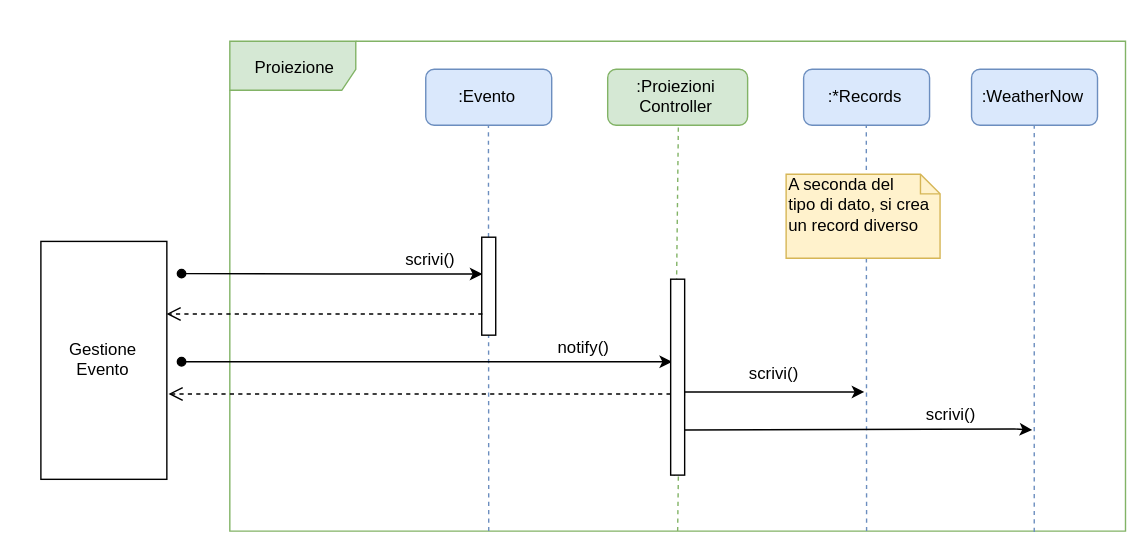
Leaaaf/weatherment.io keeps this draw.io diagram as resources/InteractionProiezione.svg. Above is the earlier version. Source tidied: cells renumbered, new cells last; positions are measured from the earlier drawing's top-left corner, leaving out a move shared by most shapes.
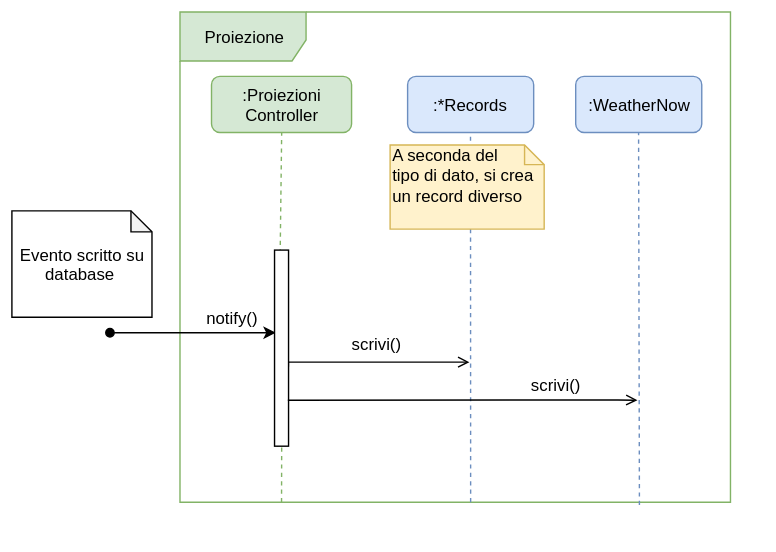
Above is the later version.

Diff of the diagram source:
```diff
@@ -3,97 +3,74 @@
     <mxCell id="0" />
     <mxCell id="1" parent="0" />
     <mxCell id="2" value="Proiezione" style="shape=umlFrame;whiteSpace=wrap;html=1;width=90;height=35;fillColor=#d5e8d4;strokeColor=#82b366;" parent="1" vertex="1">
-      <mxGeometry x="134.5" width="640" height="350" as="geometry" />
+      <mxGeometry x="103" y="-6" width="393" height="350" as="geometry" />
     </mxCell>
-    <mxCell id="3" style="endArrow=none;dashed=1;html=1;fillColor=#dae8fc;strokeColor=#6c8ebf;entryX=0.5;entryY=1;entryDx=0;entryDy=0;" parent="1" edge="1" target="6">
-      <mxGeometry relative="1" as="geometry">
-        <mxPoint x="319.5" y="350" as="sourcePoint" />
-      </mxGeometry>
-    </mxCell>
-    <mxCell id="4" style="edgeStyle=orthogonalEdgeStyle;rounded=0;jettySize=auto;html=1;entryX=0.057;entryY=0.376;entryDx=0;entryDy=0;entryPerimeter=0;startArrow=oval;startFill=1;" parent="1" edge="1" target="8">
-      <mxGeometry relative="1" as="geometry">
-        <mxPoint x="99.5" y="166" as="sourcePoint" />
-      </mxGeometry>
-    </mxCell>
-    <mxCell id="5" value="Gestione&lt;br&gt;Evento&lt;br&gt;" style="html=1;" parent="1" vertex="1">
-      <mxGeometry x="-0.5" y="143" width="90" height="170" as="geometry" />
-    </mxCell>
-    <mxCell id="6" value=":Evento" style="shape=ext;rounded=1;html=1;whiteSpace=wrap;fillColor=#dae8fc;strokeColor=#6c8ebf;" parent="1" vertex="1">
-      <mxGeometry x="274.5" y="20" width="90" height="40" as="geometry" />
-    </mxCell>
     <mxCell id="7" style="edgeStyle=orthogonalEdgeStyle;rounded=0;orthogonalLoop=1;jettySize=auto;html=1;startArrow=oval;startFill=1;" parent="1" edge="1">
       <mxGeometry relative="1" as="geometry">
-        <mxPoint x="99.5" y="229" as="sourcePoint" />
-        <mxPoint x="450.5" y="229" as="targetPoint" />
+        <mxPoint x="53" y="223" as="sourcePoint" />
+        <mxPoint x="171.5" y="223" as="targetPoint" />
       </mxGeometry>
     </mxCell>
-    <mxCell id="8" style="html=1;points=[];perimeter=orthogonalPerimeter;" parent="1" vertex="1">
-      <mxGeometry x="314.5" y="140" width="10" height="70" as="geometry" />
-    </mxCell>
-    <mxCell id="9" style="html=1;verticalAlign=bottom;endArrow=open;dashed=1;endSize=8;exitX=0.033;exitY=0.781;exitDx=0;exitDy=0;exitPerimeter=0;entryX=0.994;entryY=0.306;entryDx=0;entryDy=0;entryPerimeter=0;" parent="1" edge="1" source="8" target="5">
-      <mxGeometry relative="1" as="geometry" />
-    </mxCell>
     <mxCell id="10" value=":Proiezioni&lt;br&gt;Controller&lt;br&gt;" style="shape=ext;rounded=1;html=1;whiteSpace=wrap;fillColor=#d5e8d4;strokeColor=#82b366;" parent="1" vertex="1">
-      <mxGeometry x="404.5" y="20" width="100" height="40" as="geometry" />
+      <mxGeometry x="125.5" y="40" width="100" height="40" as="geometry" />
     </mxCell>
     <mxCell id="11" style="endArrow=none;dashed=1;html=1;exitX=0.239;exitY=1.003;exitDx=0;exitDy=0;exitPerimeter=0;fillColor=#d5e8d4;strokeColor=#82b366;entryX=0.5;entryY=1;entryDx=0;entryDy=0;" parent="1" edge="1" source="13" target="10">
       <mxGeometry relative="1" as="geometry" />
     </mxCell>
-    <mxCell id="12" style="edgeStyle=orthogonalEdgeStyle;rounded=0;jettySize=auto;html=1;exitX=1;exitY=0.593;exitDx=0;exitDy=0;exitPerimeter=0;" parent="1" edge="1" source="13">
+    <mxCell id="12" style="edgeStyle=orthogonalEdgeStyle;rounded=0;jettySize=auto;html=1;exitX=1;exitY=0.593;exitDx=0;exitDy=0;exitPerimeter=0;endArrow=open;endFill=0;" parent="1" edge="1" source="13">
       <mxGeometry relative="1" as="geometry">
-        <mxPoint x="588.5" y="250" as="targetPoint" />
+        <mxPoint x="309.5" y="244" as="targetPoint" />
         <Array as="points">
-          <mxPoint x="459.5" y="250" />
+          <mxPoint x="180.5" y="244" />
         </Array>
       </mxGeometry>
     </mxCell>
     <mxCell id="13" style="html=1;points=[];perimeter=orthogonalPerimeter;" parent="1" vertex="1">
-      <mxGeometry x="449.5" y="170" width="10" height="140" as="geometry" />
+      <mxGeometry x="170.5" y="164" width="10" height="140" as="geometry" />
     </mxCell>
     <mxCell id="14" style="endArrow=none;dashed=1;html=1;fillColor=#d5e8d4;strokeColor=#82b366;entryX=0.5;entryY=1;entryDx=0;entryDy=0;" parent="1" edge="1" target="13">
       <mxGeometry relative="1" as="geometry">
-        <mxPoint x="454.5" y="350" as="sourcePoint" />
+        <mxPoint x="175.5" y="344" as="sourcePoint" />
       </mxGeometry>
     </mxCell>
     <mxCell id="15" value="notify()" style="text;html=1;strokeColor=none;fillColor=none;align=center;verticalAlign=middle;whiteSpace=wrap;rounded=0;" parent="1" vertex="1">
-      <mxGeometry x="319.5" y="208" width="135" height="20" as="geometry" />
+      <mxGeometry x="103" y="202" width="73" height="20" as="geometry" />
     </mxCell>
-    <mxCell id="16" value="scrivi()" style="text;html=1;strokeColor=none;fillColor=none;align=center;verticalAlign=middle;whiteSpace=wrap;rounded=0;" parent="1" vertex="1">
-      <mxGeometry x="257.5" y="145" width="40" height="20" as="geometry" />
-    </mxCell>
-    <mxCell id="17" style="html=1;verticalAlign=bottom;endArrow=open;dashed=1;endSize=8;entryX=1.015;entryY=0.645;entryDx=0;entryDy=0;entryPerimeter=0;" parent="1" edge="1" source="13" target="5">
-      <mxGeometry relative="1" as="geometry" />
-    </mxCell>
     <mxCell id="18" style="endArrow=none;dashed=1;html=1;fillColor=#dae8fc;strokeColor=#6c8ebf;entryX=0.5;entryY=1;entryDx=0;entryDy=0;" parent="1" edge="1" target="19">
       <mxGeometry relative="1" as="geometry">
-        <mxPoint x="589.5" y="350" as="sourcePoint" />
+        <mxPoint x="310.5" y="344" as="sourcePoint" />
       </mxGeometry>
     </mxCell>
     <mxCell id="19" value=":*Records" style="shape=ext;rounded=1;html=1;whiteSpace=wrap;fillColor=#dae8fc;strokeColor=#6c8ebf;" parent="1" vertex="1">
-      <mxGeometry x="544.5" y="20" width="90" height="40" as="geometry" />
+      <mxGeometry x="265.5" y="40" width="90" height="40" as="geometry" />
     </mxCell>
-    <mxCell id="20" style="endArrow=none;dashed=1;html=1;exitX=0.898;exitY=1.003;exitDx=0;exitDy=0;exitPerimeter=0;fillColor=#dae8fc;strokeColor=#6c8ebf;entryX=0.5;entryY=1;entryDx=0;entryDy=0;" parent="1" edge="1" source="2" target="21">
-      <mxGeometry relative="1" as="geometry" />
+    <mxCell id="20" style="endArrow=none;dashed=1;html=1;fillColor=#dae8fc;strokeColor=#6c8ebf;entryX=0.5;entryY=1;entryDx=0;entryDy=0;" parent="1" edge="1" target="21">
+      <mxGeometry relative="1" as="geometry">
+        <mxPoint x="431" y="346" as="sourcePoint" />
+      </mxGeometry>
     </mxCell>
     <mxCell id="21" value=":WeatherNow" style="shape=ext;rounded=1;html=1;whiteSpace=wrap;fillColor=#dae8fc;strokeColor=#6c8ebf;" parent="1" vertex="1">
-      <mxGeometry x="664.5" y="20" width="90" height="40" as="geometry" />
+      <mxGeometry x="385.5" y="40" width="90" height="40" as="geometry" />
     </mxCell>
     <mxCell id="22" value="scrivi()" style="text;html=1;strokeColor=none;fillColor=none;align=center;verticalAlign=middle;whiteSpace=wrap;rounded=0;" parent="1" vertex="1">
-      <mxGeometry x="454.5" y="227" width="135" height="20" as="geometry" />
+      <mxGeometry x="175.5" y="221" width="135" height="20" as="geometry" />
     </mxCell>
-    <mxCell id="23" style="edgeStyle=orthogonalEdgeStyle;rounded=0;jettySize=auto;html=1;exitX=0.96;exitY=0.767;exitDx=0;exitDy=0;exitPerimeter=0;" parent="1" edge="1" source="13">
+    <mxCell id="23" style="edgeStyle=orthogonalEdgeStyle;rounded=0;jettySize=auto;html=1;exitX=0.96;exitY=0.767;exitDx=0;exitDy=0;exitPerimeter=0;endArrow=open;endFill=0;" parent="1" edge="1" source="13">
       <mxGeometry relative="1" as="geometry">
-        <mxPoint x="708.5" y="277" as="targetPoint" />
+        <mxPoint x="429.5" y="271" as="targetPoint" />
         <Array as="points">
-          <mxPoint x="694.5" y="277" />
+          <mxPoint x="415.5" y="271" />
         </Array>
       </mxGeometry>
     </mxCell>
     <mxCell id="24" value="scrivi()" style="text;html=1;strokeColor=none;fillColor=none;align=center;verticalAlign=middle;whiteSpace=wrap;rounded=0;" parent="1" vertex="1">
-      <mxGeometry x="589.5" y="256" width="120" height="20" as="geometry" />
+      <mxGeometry x="310.5" y="250" width="120" height="20" as="geometry" />
     </mxCell>
     <mxCell id="25" value="A seconda del &lt;br&gt;tipo di dato, si crea un record diverso" style="shape=note;whiteSpace=wrap;html=1;size=14;verticalAlign=top;align=left;spacingTop=-6;fillColor=#fff2cc;strokeColor=#d6b656;" parent="1" vertex="1">
-      <mxGeometry x="532" y="95" width="110" height="60" as="geometry" />
+      <mxGeometry x="253" y="89" width="110" height="60" as="geometry" />
     </mxCell>
+    <mxCell id="26" value="Evento scritto su database&amp;nbsp;" style="shape=note;whiteSpace=wrap;html=1;backgroundOutline=1;darkOpacity=0.05;size=15;" parent="1" vertex="1">
+      <mxGeometry x="-17" y="136" width="100" height="76" as="geometry" />
+    </mxCell>
   </root>
 </mxGraphModel>
```
